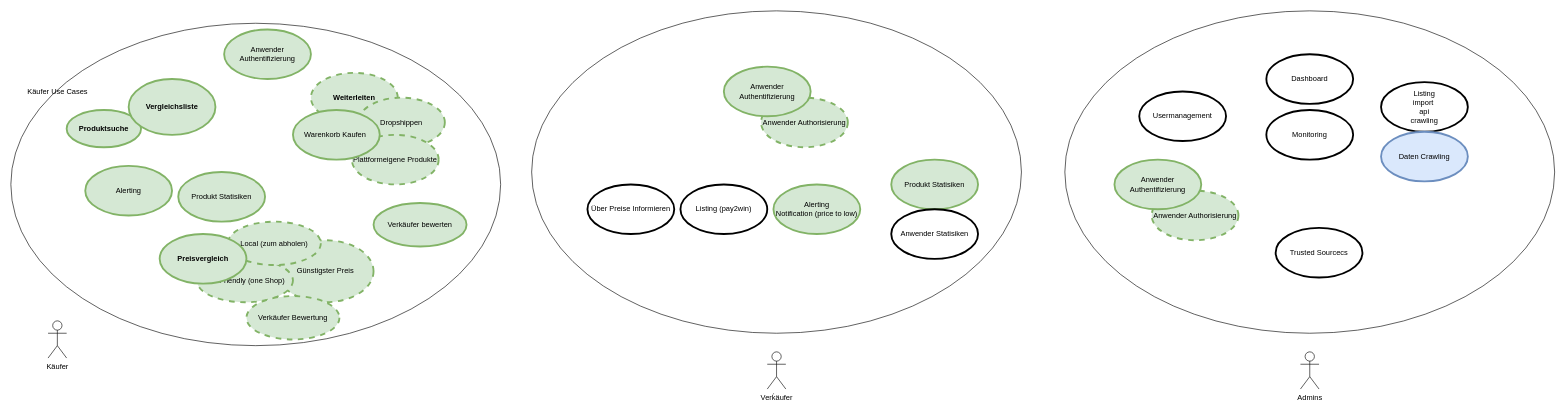
Before: page "Usecases" (2 of 9) of diagrams.drawio in placom/docs, a draw.io diagram. Source tidied: cells renumbered, new cells numbered last; positions are measured from the earlier drawing's top-left corner, leaving out a move shared by most shapes. Both pictures are drawn from the tidied source at 62%, with x=0, y=0 at pixel (11, 11).
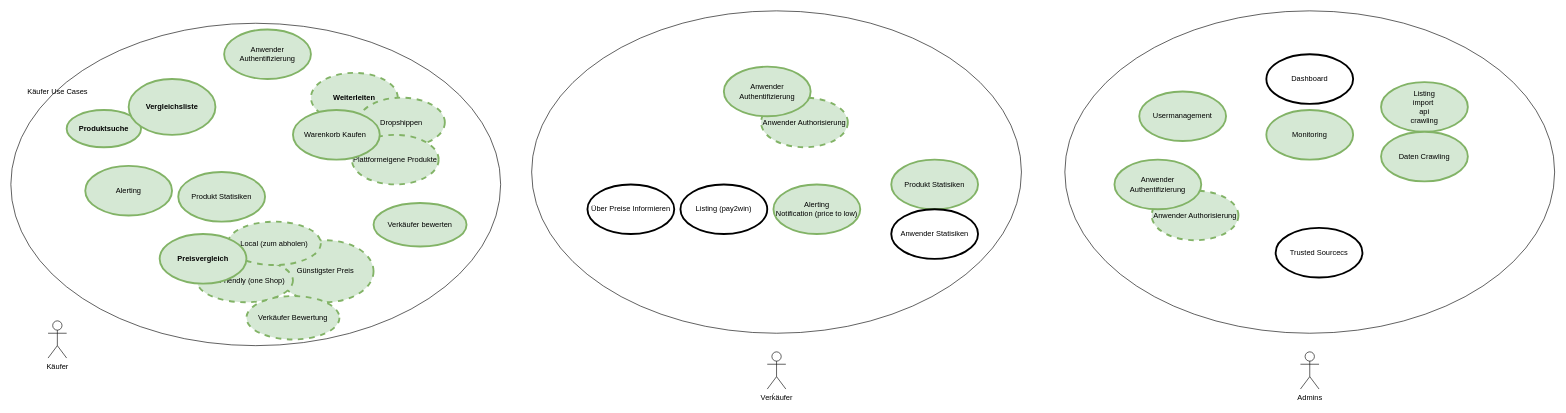
The same diagram, later.

Commit message:
Updated admin use cases

What changed in the source:
```diff
@@
-    <mxCell id="28" value="Listing&lt;br&gt;import&amp;nbsp;&lt;br&gt;api&lt;br&gt;crawling" style="shape=ellipse;html=1;strokeWidth=3;fontStyle=0;whiteSpace=wrap;align=center;perimeter=ellipsePerimeter;" parent="1" vertex="1">
+    <mxCell id="28" value="Listing&lt;br&gt;import&amp;nbsp;&lt;br&gt;api&lt;br&gt;crawling" style="shape=ellipse;html=1;strokeWidth=3;fontStyle=0;whiteSpace=wrap;align=center;perimeter=ellipsePerimeter;fillColor=#d5e8d4;strokeColor=#82b366;" parent="1" vertex="1">
       <mxGeometry x="2210" y="115" width="140" height="80" as="geometry" />
     </mxCell>
-    <mxCell id="29" value="Monitoring" style="shape=ellipse;html=1;strokeWidth=3;fontStyle=0;whiteSpace=wrap;align=center;perimeter=ellipsePerimeter;" parent="1" vertex="1">
+    <mxCell id="29" value="Monitoring" style="shape=ellipse;html=1;strokeWidth=3;fontStyle=0;whiteSpace=wrap;align=center;perimeter=ellipsePerimeter;fillColor=#d5e8d4;strokeColor=#82b366;" parent="1" vertex="1">
       <mxGeometry x="2025" y="160" width="140" height="80" as="geometry" />
     </mxCell>
@@
-    <mxCell id="32" value="Usermanagement" style="shape=ellipse;html=1;strokeWidth=3;fontStyle=0;whiteSpace=wrap;align=center;perimeter=ellipsePerimeter;" parent="1" vertex="1">
+    <mxCell id="32" value="Usermanagement" style="shape=ellipse;html=1;strokeWidth=3;fontStyle=0;whiteSpace=wrap;align=center;perimeter=ellipsePerimeter;fillColor=#d5e8d4;strokeColor=#82b366;" parent="1" vertex="1">
       <mxGeometry x="1820" y="130" width="140" height="80" as="geometry" />
     </mxCell>
@@
-    <mxCell id="35" value="Daten Crawling" style="shape=ellipse;html=1;strokeWidth=3;fontStyle=0;whiteSpace=wrap;align=center;perimeter=ellipsePerimeter;fillColor=#dae8fc;strokeColor=#6c8ebf;" parent="1" vertex="1">
+    <mxCell id="35" value="Daten Crawling" style="shape=ellipse;html=1;strokeWidth=3;fontStyle=0;whiteSpace=wrap;align=center;perimeter=ellipsePerimeter;fillColor=#d5e8d4;strokeColor=#82b366;" parent="1" vertex="1">
       <mxGeometry x="2210" y="195" width="140" height="80" as="geometry" />
     </mxCell>
```
